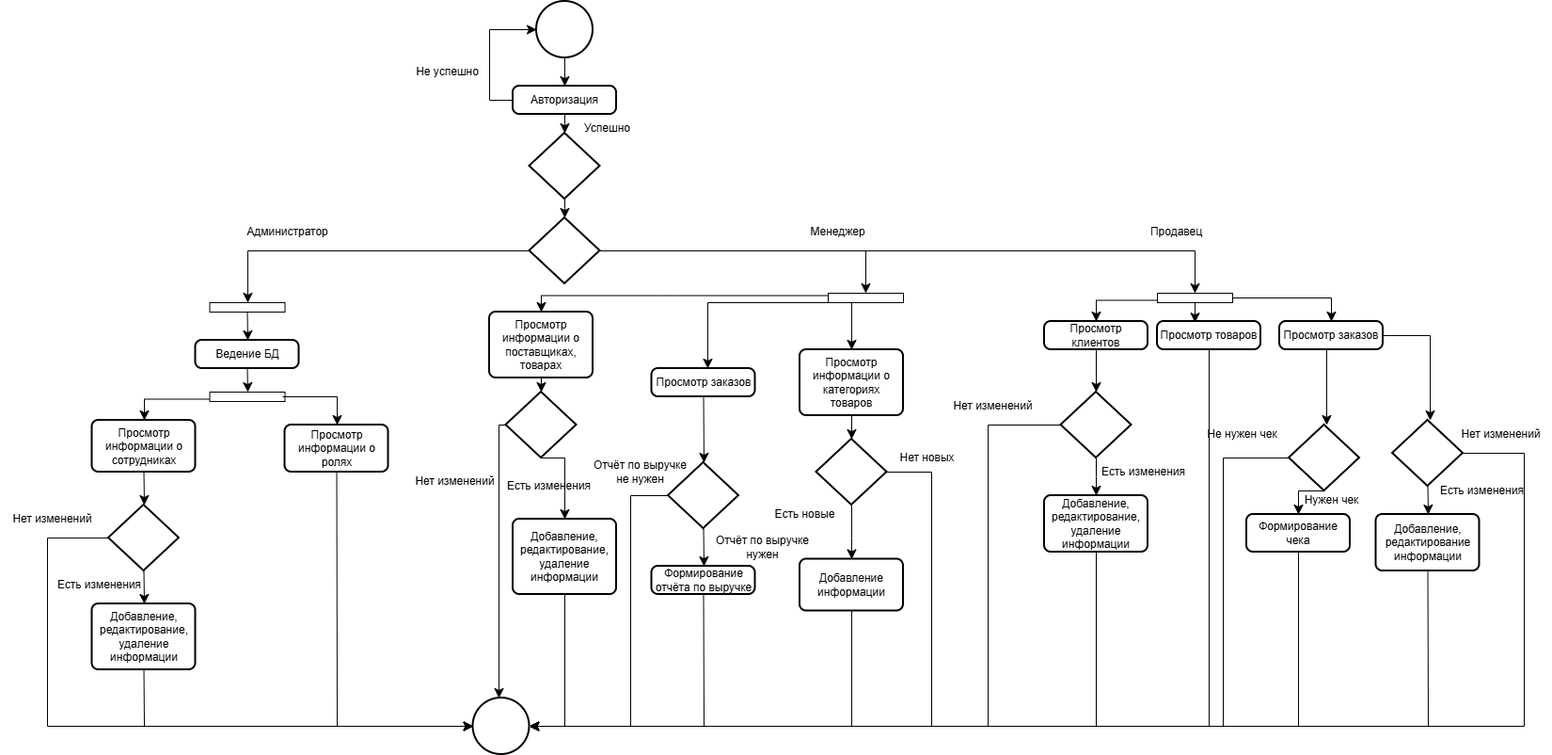
Before: doc/Диаграмма деятельности.png, a diagram exported from draw.io (innaoot1/FurnitureStore). Source tidied: cells renumbered, new cells last; positions are measured from the earlier drawing's top-left corner, leaving out a move shared by most shapes.
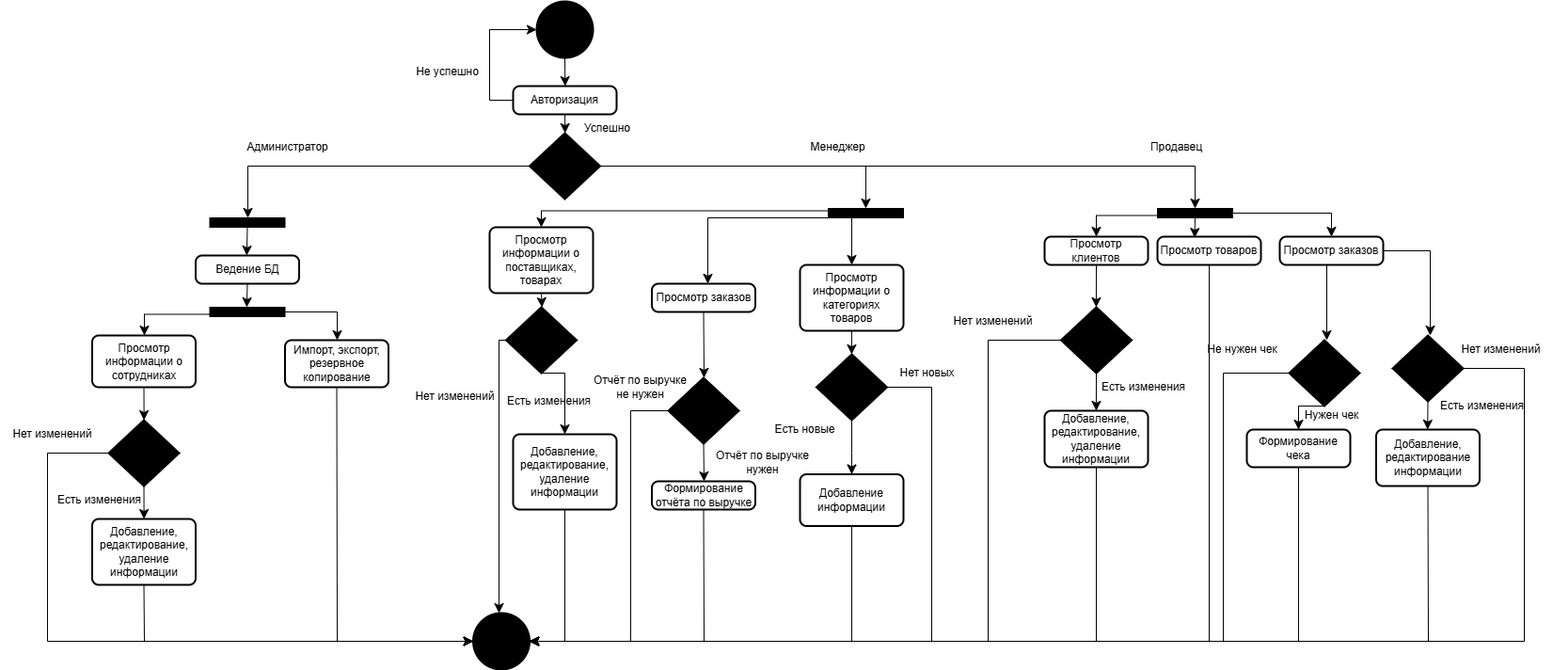
After the commit.

Diff of the diagram source:
```diff
@@ -2,44 +2,40 @@
   <root>
     <mxCell id="0" />
     <mxCell id="1" parent="0" />
-    <mxCell id="2" style="strokeWidth=2;html=1;shape=mxgraph.flowchart.start_2;whiteSpace=wrap;" parent="1" vertex="1">
-      <mxGeometry x="570" width="60" height="60" as="geometry" />
+    <mxCell id="2" style="strokeWidth=2;html=1;shape=mxgraph.flowchart.start_2;whiteSpace=wrap;strokeColor=default;fillColor=#000000;" parent="1" vertex="1">
+      <mxGeometry x="570" y="90" width="60" height="60" as="geometry" />
     </mxCell>
     <mxCell id="3" value="Авторизация" style="rounded=1;whiteSpace=wrap;html=1;absoluteArcSize=1;arcSize=14;strokeWidth=2;" parent="1" vertex="1">
-      <mxGeometry x="545" y="90" width="110" height="30" as="geometry" />
+      <mxGeometry x="545" y="180" width="110" height="30" as="geometry" />
     </mxCell>
-    <mxCell id="4" style="strokeWidth=2;html=1;shape=mxgraph.flowchart.decision;whiteSpace=wrap;" parent="1" vertex="1">
-      <mxGeometry x="562.5" y="140" width="75" height="70" as="geometry" />
-    </mxCell>
     <mxCell id="5" style="edgeStyle=elbowEdgeStyle;elbow=horizontal;endArrow=classic;html=1;curved=0;rounded=0;endSize=8;startSize=8;entryX=0;entryY=0.5;entryDx=0;entryDy=0;entryPerimeter=0;exitX=0;exitY=0.5;exitDx=0;exitDy=0;" parent="1" edge="1" source="3" target="2">
       <mxGeometry relative="1" as="geometry">
         <Array as="points">
-          <mxPoint x="520" y="70" />
+          <mxPoint x="520" y="160" />
         </Array>
       </mxGeometry>
     </mxCell>
     <mxCell id="6" style="edgeStyle=elbowEdgeStyle;elbow=horizontal;endArrow=classic;html=1;curved=0;rounded=0;endSize=8;startSize=8;entryX=0.5;entryY=0;entryDx=0;entryDy=0;exitX=0.5;exitY=1;exitDx=0;exitDy=0;exitPerimeter=0;" parent="1" edge="1" source="2" target="3">
       <mxGeometry relative="1" as="geometry" />
     </mxCell>
-    <mxCell id="7" style="edgeStyle=elbowEdgeStyle;elbow=horizontal;endArrow=classic;html=1;curved=0;rounded=0;endSize=8;startSize=8;entryX=0.5;entryY=0;entryDx=0;entryDy=0;exitX=0.5;exitY=1;exitDx=0;exitDy=0;entryPerimeter=0;" parent="1" edge="1" source="3" target="4">
-      <mxGeometry relative="1" as="geometry" />
+    <mxCell id="7" style="edgeStyle=elbowEdgeStyle;elbow=horizontal;endArrow=classic;html=1;curved=0;rounded=0;endSize=8;startSize=8;entryX=0.5;entryY=0;entryDx=0;entryDy=0;exitX=0.5;exitY=1;exitDx=0;exitDy=0;entryPerimeter=0;" parent="1" edge="1" source="3">
+      <mxGeometry relative="1" as="geometry">
+        <mxPoint x="600" y="230" as="targetPoint" />
+      </mxGeometry>
     </mxCell>
-    <mxCell id="8" style="edgeStyle=elbowEdgeStyle;elbow=horizontal;endArrow=classic;html=1;curved=0;rounded=0;endSize=8;startSize=8;exitX=0.5;exitY=1;exitDx=0;exitDy=0;exitPerimeter=0;entryX=0.5;entryY=0;entryDx=0;entryDy=0;entryPerimeter=0;" parent="1" edge="1" source="4" target="9">
-      <mxGeometry relative="1" as="geometry" />
-    </mxCell>
-    <mxCell id="9" style="strokeWidth=2;html=1;shape=mxgraph.flowchart.decision;whiteSpace=wrap;" parent="1" vertex="1">
+    <mxCell id="9" style="strokeWidth=2;html=1;shape=mxgraph.flowchart.decision;whiteSpace=wrap;strokeColor=default;fillColor=#000000;" parent="1" vertex="1">
       <mxGeometry x="562.5" y="230" width="75" height="70" as="geometry" />
     </mxCell>
     <mxCell id="10" value="Успешно" style="text;html=1;align=center;verticalAlign=middle;strokeColor=none;fillColor=none;" parent="1" vertex="1">
-      <mxGeometry x="610" y="120" width="70" height="30" as="geometry" />
+      <mxGeometry x="610" y="210" width="70" height="30" as="geometry" />
     </mxCell>
     <mxCell id="11" value="Не успешно" style="text;html=1;align=center;verticalAlign=middle;strokeColor=none;fillColor=none;" parent="1" vertex="1">
-      <mxGeometry x="430" y="60" width="90" height="30" as="geometry" />
+      <mxGeometry x="430" y="150" width="90" height="30" as="geometry" />
     </mxCell>
-    <mxCell id="12" style="strokeWidth=2;html=1;shape=mxgraph.flowchart.start_2;whiteSpace=wrap;" parent="1" vertex="1">
+    <mxCell id="12" style="strokeWidth=2;html=1;shape=mxgraph.flowchart.start_2;whiteSpace=wrap;strokeColor=default;fillColor=#000000;" parent="1" vertex="1">
       <mxGeometry x="502.5" y="740" width="60" height="60" as="geometry" />
     </mxCell>
-    <mxCell id="13" style="rounded=0;whiteSpace=wrap;html=1;" parent="1" vertex="1">
+    <mxCell id="13" style="rounded=0;whiteSpace=wrap;html=1;strokeColor=default;fillColor=#000000;" parent="1" vertex="1">
       <mxGeometry x="222.5" y="320" width="80" height="10" as="geometry" />
     </mxCell>
     <mxCell id="14" style="edgeStyle=elbowEdgeStyle;elbow=horizontal;endArrow=classic;html=1;curved=0;rounded=0;endSize=8;startSize=8;exitX=0;exitY=0.5;exitDx=0;exitDy=0;exitPerimeter=0;entryX=0.5;entryY=0;entryDx=0;entryDy=0;fontStyle=1;" parent="1" edge="1" source="9" target="13">
@@ -55,13 +51,13 @@
     <mxCell id="16" value="Администратор" style="text;html=1;align=center;verticalAlign=middle;strokeColor=none;fillColor=none;" parent="1" vertex="1">
       <mxGeometry x="250" y="230" width="110" height="30" as="geometry" />
     </mxCell>
-    <mxCell id="17" style="rounded=0;whiteSpace=wrap;html=1;" parent="1" vertex="1">
+    <mxCell id="17" style="rounded=0;whiteSpace=wrap;html=1;strokeColor=default;fillColor=#000000;" parent="1" vertex="1">
       <mxGeometry x="222.5" y="415" width="80" height="10" as="geometry" />
     </mxCell>
     <mxCell id="18" value="Просмотр информации о сотрудниках" style="rounded=1;whiteSpace=wrap;html=1;absoluteArcSize=1;arcSize=14;strokeWidth=2;" parent="1" vertex="1">
       <mxGeometry x="97.5" y="445" width="110" height="55" as="geometry" />
     </mxCell>
-    <mxCell id="19" value="Просмотр информации о ролях" style="rounded=1;whiteSpace=wrap;html=1;absoluteArcSize=1;arcSize=14;strokeWidth=2;" parent="1" vertex="1">
+    <mxCell id="19" value="Импорт, экспорт, резервное копирование" style="rounded=1;whiteSpace=wrap;html=1;absoluteArcSize=1;arcSize=14;strokeWidth=2;" parent="1" vertex="1">
       <mxGeometry x="302.5" y="450" width="110" height="50" as="geometry" />
     </mxCell>
     <mxCell id="20" style="edgeStyle=elbowEdgeStyle;elbow=horizontal;endArrow=classic;html=1;curved=0;rounded=0;endSize=8;startSize=8;exitX=0.5;exitY=1;exitDx=0;exitDy=0;entryX=0.5;entryY=0;entryDx=0;entryDy=0;" parent="1" edge="1" source="13" target="15">
@@ -85,7 +81,7 @@
         </Array>
       </mxGeometry>
     </mxCell>
-    <mxCell id="24" style="strokeWidth=2;html=1;shape=mxgraph.flowchart.decision;whiteSpace=wrap;" parent="1" vertex="1">
+    <mxCell id="24" style="strokeWidth=2;html=1;shape=mxgraph.flowchart.decision;whiteSpace=wrap;strokeColor=default;fillColor=#000000;" parent="1" vertex="1">
       <mxGeometry x="115" y="535" width="75" height="70" as="geometry" />
     </mxCell>
     <mxCell id="25" value="Нет изменений" style="text;html=1;align=center;verticalAlign=middle;strokeColor=none;fillColor=none;" parent="1" vertex="1">
@@ -124,7 +120,7 @@
         </Array>
       </mxGeometry>
     </mxCell>
-    <mxCell id="33" style="rounded=0;whiteSpace=wrap;html=1;" parent="1" vertex="1">
+    <mxCell id="33" style="rounded=0;whiteSpace=wrap;html=1;fillColor=#000000;" parent="1" vertex="1">
       <mxGeometry x="880" y="310" width="80" height="10" as="geometry" />
     </mxCell>
     <mxCell id="34" value="Менеджер" style="text;html=1;align=center;verticalAlign=middle;strokeColor=none;fillColor=none;" parent="1" vertex="1">
@@ -155,7 +151,7 @@
         </Array>
       </mxGeometry>
     </mxCell>
-    <mxCell id="39" style="strokeWidth=2;html=1;shape=mxgraph.flowchart.decision;whiteSpace=wrap;" parent="1" vertex="1">
+    <mxCell id="39" style="strokeWidth=2;html=1;shape=mxgraph.flowchart.decision;whiteSpace=wrap;strokeColor=default;fillColor=#000000;" parent="1" vertex="1">
       <mxGeometry x="537.5" y="415" width="75" height="70" as="geometry" />
     </mxCell>
     <mxCell id="40" style="edgeStyle=elbowEdgeStyle;elbow=horizontal;endArrow=classic;html=1;curved=0;rounded=0;endSize=8;startSize=8;exitX=0.5;exitY=1;exitDx=0;exitDy=0;entryX=0.5;entryY=0;entryDx=0;entryDy=0;entryPerimeter=0;" parent="1" edge="1" source="37" target="39">
@@ -201,7 +197,7 @@
         </Array>
       </mxGeometry>
     </mxCell>
-    <mxCell id="49" style="rounded=0;whiteSpace=wrap;html=1;" parent="1" vertex="1">
+    <mxCell id="49" style="rounded=0;whiteSpace=wrap;html=1;strokeColor=default;fillColor=#000000;" parent="1" vertex="1">
       <mxGeometry x="1230" y="310" width="80" height="10" as="geometry" />
     </mxCell>
     <mxCell id="50" value="Продавец" style="text;html=1;align=center;verticalAlign=middle;strokeColor=none;fillColor=none;" parent="1" vertex="1">
@@ -210,7 +206,7 @@
     <mxCell id="51" value="Просмотр клиентов" style="rounded=1;whiteSpace=wrap;html=1;absoluteArcSize=1;arcSize=14;strokeWidth=2;" parent="1" vertex="1">
       <mxGeometry x="1110" y="340" width="110" height="30" as="geometry" />
     </mxCell>
-    <mxCell id="52" style="strokeWidth=2;html=1;shape=mxgraph.flowchart.decision;whiteSpace=wrap;" parent="1" vertex="1">
+    <mxCell id="52" style="strokeWidth=2;html=1;shape=mxgraph.flowchart.decision;whiteSpace=wrap;strokeColor=default;fillColor=#000000;" parent="1" vertex="1">
       <mxGeometry x="1127.5" y="415" width="75" height="70" as="geometry" />
     </mxCell>
     <mxCell id="53" style="edgeStyle=elbowEdgeStyle;elbow=horizontal;endArrow=classic;html=1;curved=0;rounded=0;endSize=8;startSize=8;exitX=0.5;exitY=1;exitDx=0;exitDy=0;entryX=0.5;entryY=0;entryDx=0;entryDy=0;entryPerimeter=0;" parent="1" edge="1" source="51" target="52">
@@ -272,7 +268,7 @@
         </Array>
       </mxGeometry>
     </mxCell>
-    <mxCell id="66" style="strokeWidth=2;html=1;shape=mxgraph.flowchart.decision;whiteSpace=wrap;" parent="1" vertex="1">
+    <mxCell id="66" style="strokeWidth=2;html=1;shape=mxgraph.flowchart.decision;whiteSpace=wrap;fillColor=#000000;" parent="1" vertex="1">
       <mxGeometry x="1370" y="450" width="75" height="70" as="geometry" />
     </mxCell>
     <mxCell id="67" value="Формирование чека" style="rounded=1;whiteSpace=wrap;html=1;absoluteArcSize=1;arcSize=14;strokeWidth=2;" parent="1" vertex="1">
@@ -315,7 +311,7 @@
     <mxCell id="74" value="Нет изменений" style="text;html=1;align=center;verticalAlign=middle;strokeColor=none;fillColor=none;" parent="1" vertex="1">
       <mxGeometry x="427.5" y="495" width="110" height="30" as="geometry" />
     </mxCell>
-    <mxCell id="75" style="strokeWidth=2;html=1;shape=mxgraph.flowchart.decision;whiteSpace=wrap;" parent="1" vertex="1">
+    <mxCell id="75" style="strokeWidth=2;html=1;shape=mxgraph.flowchart.decision;whiteSpace=wrap;strokeColor=default;fillColor=#000000;" parent="1" vertex="1">
       <mxGeometry x="710" y="490" width="75" height="70" as="geometry" />
     </mxCell>
     <mxCell id="76" value="Отчёт по выручке &lt;br&gt;не нужен" style="text;html=1;align=center;verticalAlign=middle;strokeColor=none;fillColor=none;" parent="1" vertex="1">
@@ -347,13 +343,13 @@
     <mxCell id="82" value="Просмотр информации о категориях товаров" style="rounded=1;whiteSpace=wrap;html=1;absoluteArcSize=1;arcSize=14;strokeWidth=2;" parent="1" vertex="1">
       <mxGeometry x="850" y="370" width="110" height="70" as="geometry" />
     </mxCell>
-    <mxCell id="83" style="strokeWidth=2;html=1;shape=mxgraph.flowchart.decision;whiteSpace=wrap;" parent="1" vertex="1">
+    <mxCell id="83" style="strokeWidth=2;html=1;shape=mxgraph.flowchart.decision;whiteSpace=wrap;strokeColor=default;fillColor=#000000;" parent="1" vertex="1">
       <mxGeometry x="867.5" y="465" width="75" height="70" as="geometry" />
     </mxCell>
     <mxCell id="84" value="Добавление информации" style="rounded=1;whiteSpace=wrap;html=1;absoluteArcSize=1;arcSize=14;strokeWidth=2;" parent="1" vertex="1">
       <mxGeometry x="850" y="592.5" width="110" height="55" as="geometry" />
     </mxCell>
-    <mxCell id="85" style="edgeStyle=elbowEdgeStyle;elbow=horizontal;endArrow=classic;html=1;curved=0;rounded=0;endSize=8;startSize=8;exitX=0.5;exitY=1;exitDx=0;exitDy=0;entryX=0.5;entryY=0;entryDx=0;entryDy=0;" parent="1" edge="1" source="33" target="82">
+    <mxCell id="85" style="edgeStyle=elbowEdgeStyle;elbow=horizontal;endArrow=classic;html=1;curved=0;rounded=0;endSize=8;startSize=8;exitX=0.5;exitY=1;exitDx=0;exitDy=0;entryX=0.5;entryY=0;entryDx=0;entryDy=0;strokeColor=default;" parent="1" edge="1" source="33" target="82">
       <mxGeometry relative="1" as="geometry">
         <Array as="points">
           <mxPoint x="905" y="350" />
@@ -390,7 +386,7 @@
     <mxCell id="91" value="Нет новых" style="text;html=1;align=center;verticalAlign=middle;strokeColor=none;fillColor=none;" parent="1" vertex="1">
       <mxGeometry x="945" y="470" width="80" height="30" as="geometry" />
     </mxCell>
-    <mxCell id="92" style="strokeWidth=2;html=1;shape=mxgraph.flowchart.decision;whiteSpace=wrap;" parent="1" vertex="1">
+    <mxCell id="92" style="strokeWidth=2;html=1;shape=mxgraph.flowchart.decision;whiteSpace=wrap;fillColor=#000000;" parent="1" vertex="1">
       <mxGeometry x="1480" y="445" width="75" height="70" as="geometry" />
     </mxCell>
     <mxCell id="93" style="edgeStyle=elbowEdgeStyle;elbow=horizontal;endArrow=classic;html=1;curved=0;rounded=0;endSize=8;startSize=8;exitX=1;exitY=0.5;exitDx=0;exitDy=0;entryX=0.533;entryY=0;entryDx=0;entryDy=0;entryPerimeter=0;" parent="1" edge="1" source="64" target="92">
```
